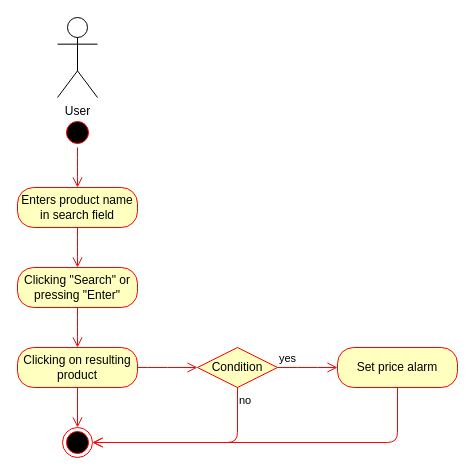
Mueller-Patrick/Betterzon keeps this draw.io diagram as doku/AC_SearchProduct.drawio. Above is the earlier version. Source tidied: cells renumbered, new cells numbered last; positions are measured from the earlier drawing's top-left corner, leaving out a move shared by most shapes. Both pictures are drawn from the tidied source at 100%, with x=0, y=0 at pixel (17, 17).
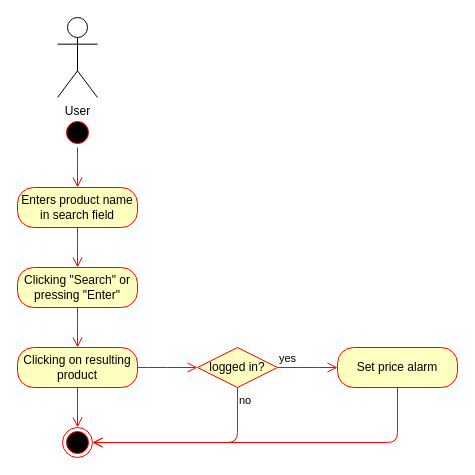
After the change.

What changed in the source:
```diff
@@
-    <mxCell id="12" value="Condition" style="rhombus;whiteSpace=wrap;html=1;fillColor=#ffffc0;strokeColor=#ff0000;" parent="1" vertex="1">
+    <mxCell id="12" value="logged in?" style="rhombus;whiteSpace=wrap;html=1;fillColor=#ffffc0;strokeColor=#ff0000;" parent="1" vertex="1">
       <mxGeometry x="180" y="330" width="80" height="40" as="geometry" />
     </mxCell>
```
